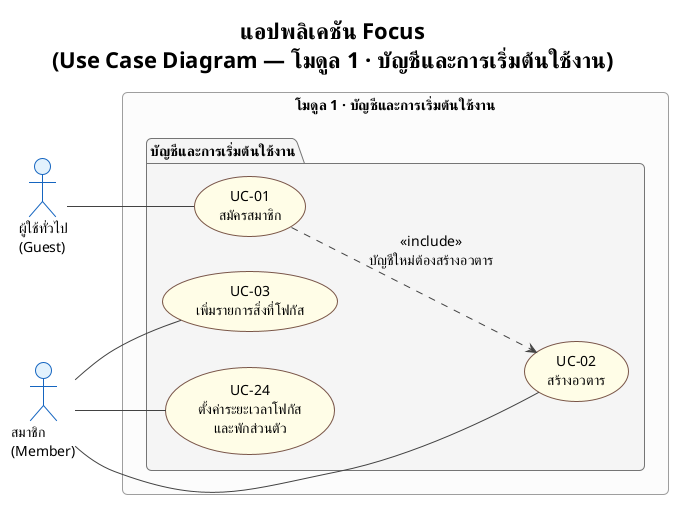
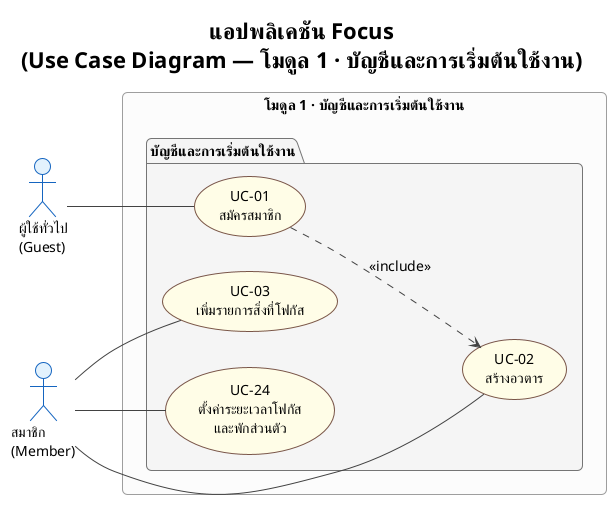
' โมดูล 1: บัญชีและการเริ่มต้นใช้งาน (UC-01, UC-02, UC-03, UC-24)
' ไม่มีความสัมพันธ์ข้ามโมดูล — เป็นจุดเริ่มต้นของทุกโมดูลอื่น
@startuml usecase_module1
!theme plain
skinparam defaultFontName TH Sarabun New
skinparam defaultFontSize 14
skinparam roundcorner 10

skinparam usecase {
  BackgroundColor #FFFDE7
  BorderColor #795548
}
skinparam actor {
  BackgroundColor #E3F2FD
  BorderColor #1565C0
}
skinparam package {
  BackgroundColor #F5F5F5
  BorderColor #757575
  FontStyle bold
}
skinparam rectangle {
  BackgroundColor #FCFCFC
  BorderColor #9E9E9E
}
skinparam ArrowColor #424242

title <b>แอปพลิเคชัน Focus</b>\n(Use Case Diagram — โมดูล 1 · บัญชีและการเริ่มต้นใช้งาน)

left to right direction

actor "ผู้ใช้ทั่วไป\n(Guest)" as Guest
actor "สมาชิก\n(Member)" as Member

rectangle "โมดูล 1 · บัญชีและการเริ่มต้นใช้งาน" {
  package "บัญชีและการเริ่มต้นใช้งาน" {
    usecase "UC-01\nสมัครสมาชิก" as UC01
    usecase "UC-02\nสร้างอวตาร" as UC02
    usecase "UC-03\nเพิ่มรายการสิ่งที่โฟกัส" as UC03
    usecase "UC-24\nตั้งค่าระยะเวลาโฟกัส\nและพักส่วนตัว" as UC24
  }
}

Guest -- UC01
Member -- UC02
Member -- UC03
Member -- UC24

- UC01 ..> UC02 : <<include>>\nบัญชีใหม่ต้องสร้างอวตาร
+ UC01 ..> UC02 : <<include>>

@enduml
